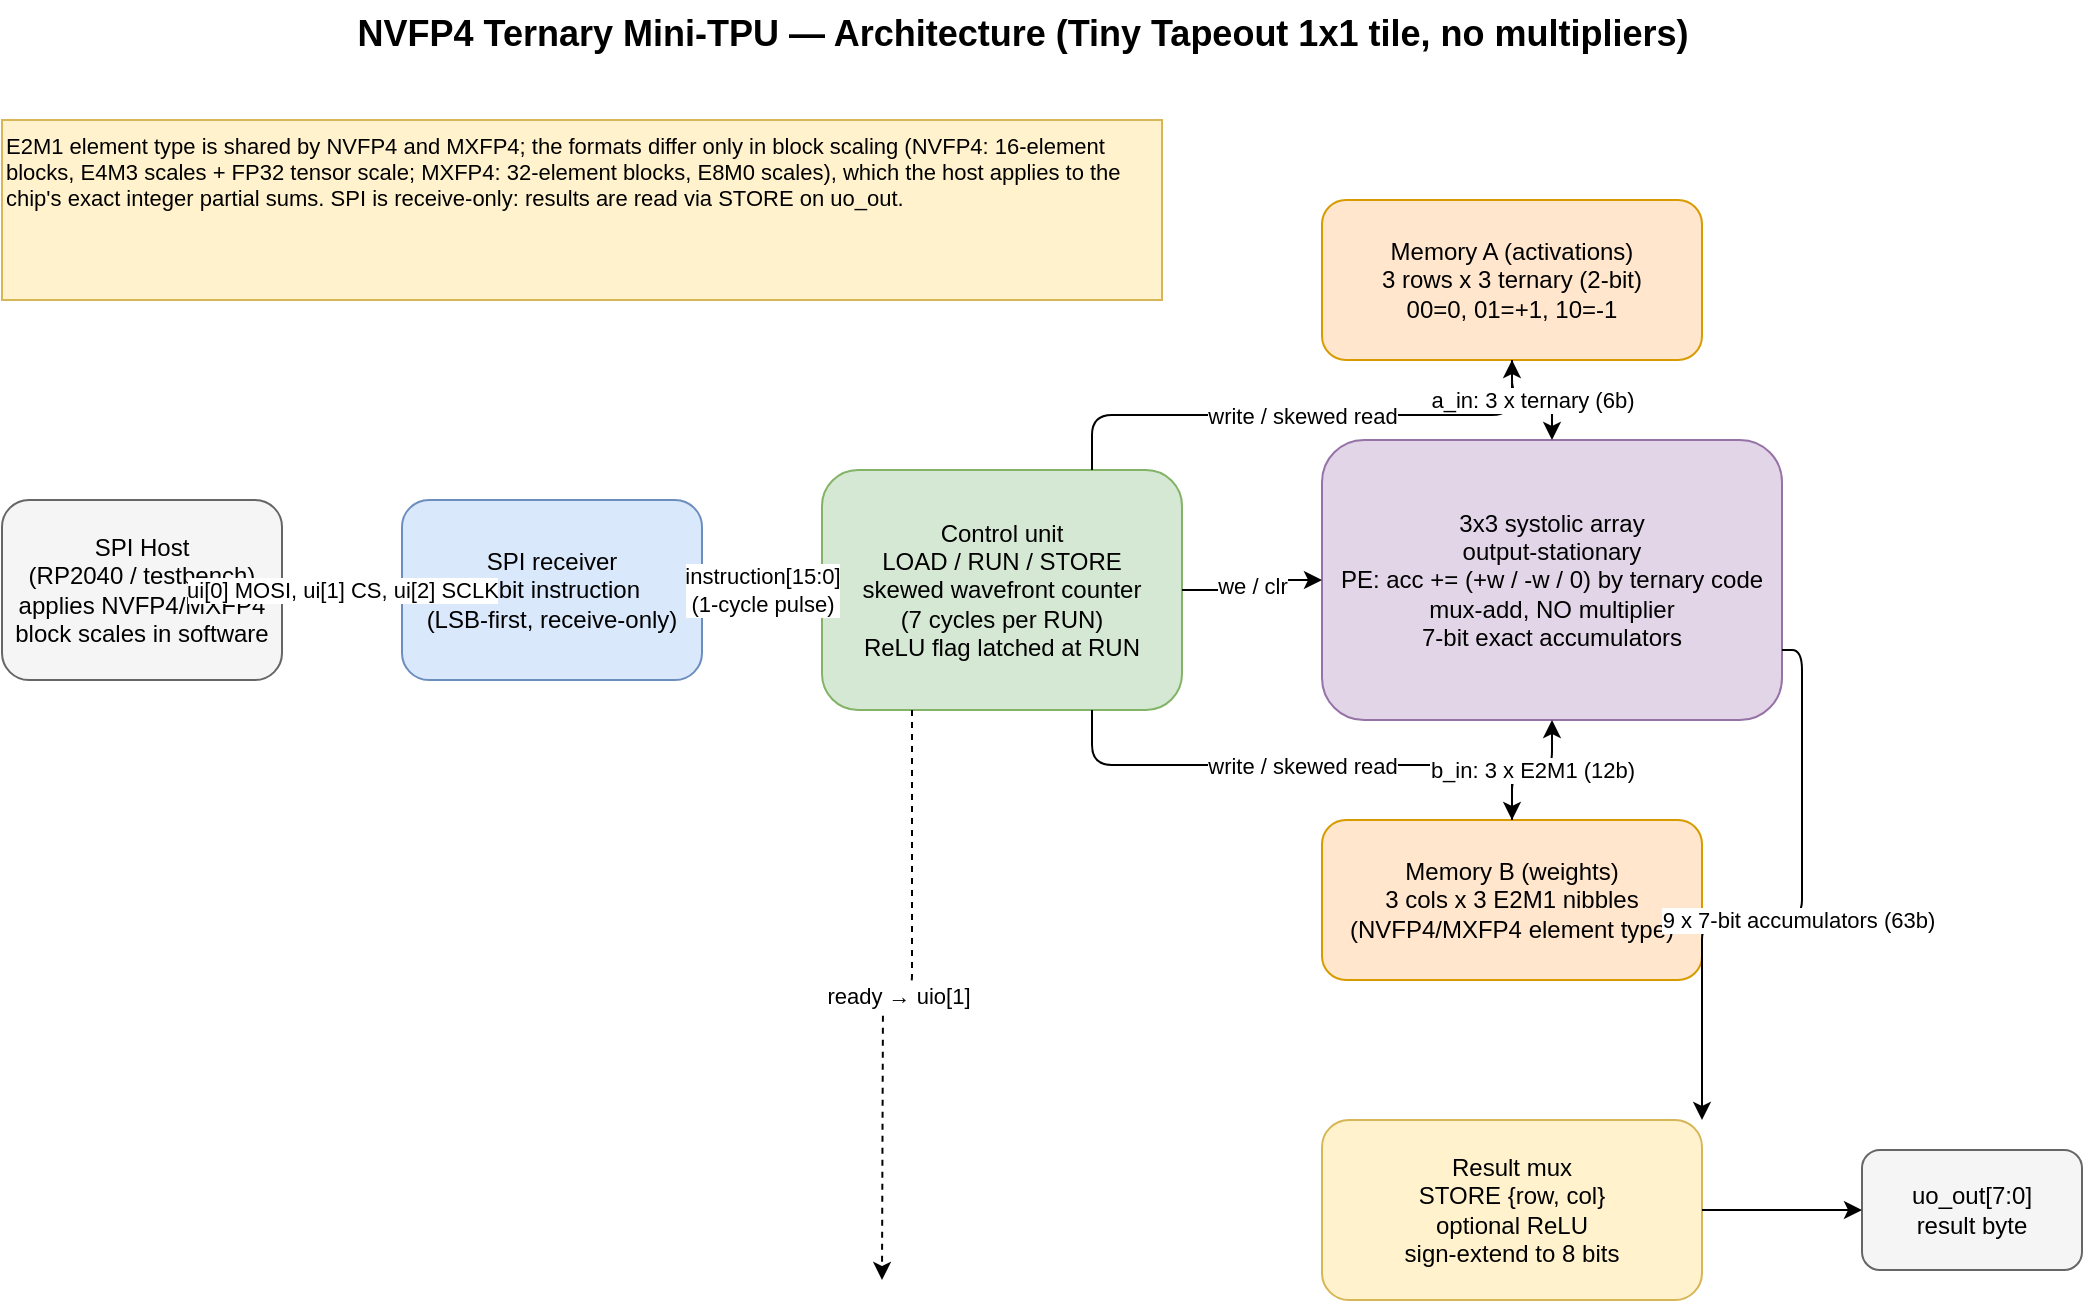
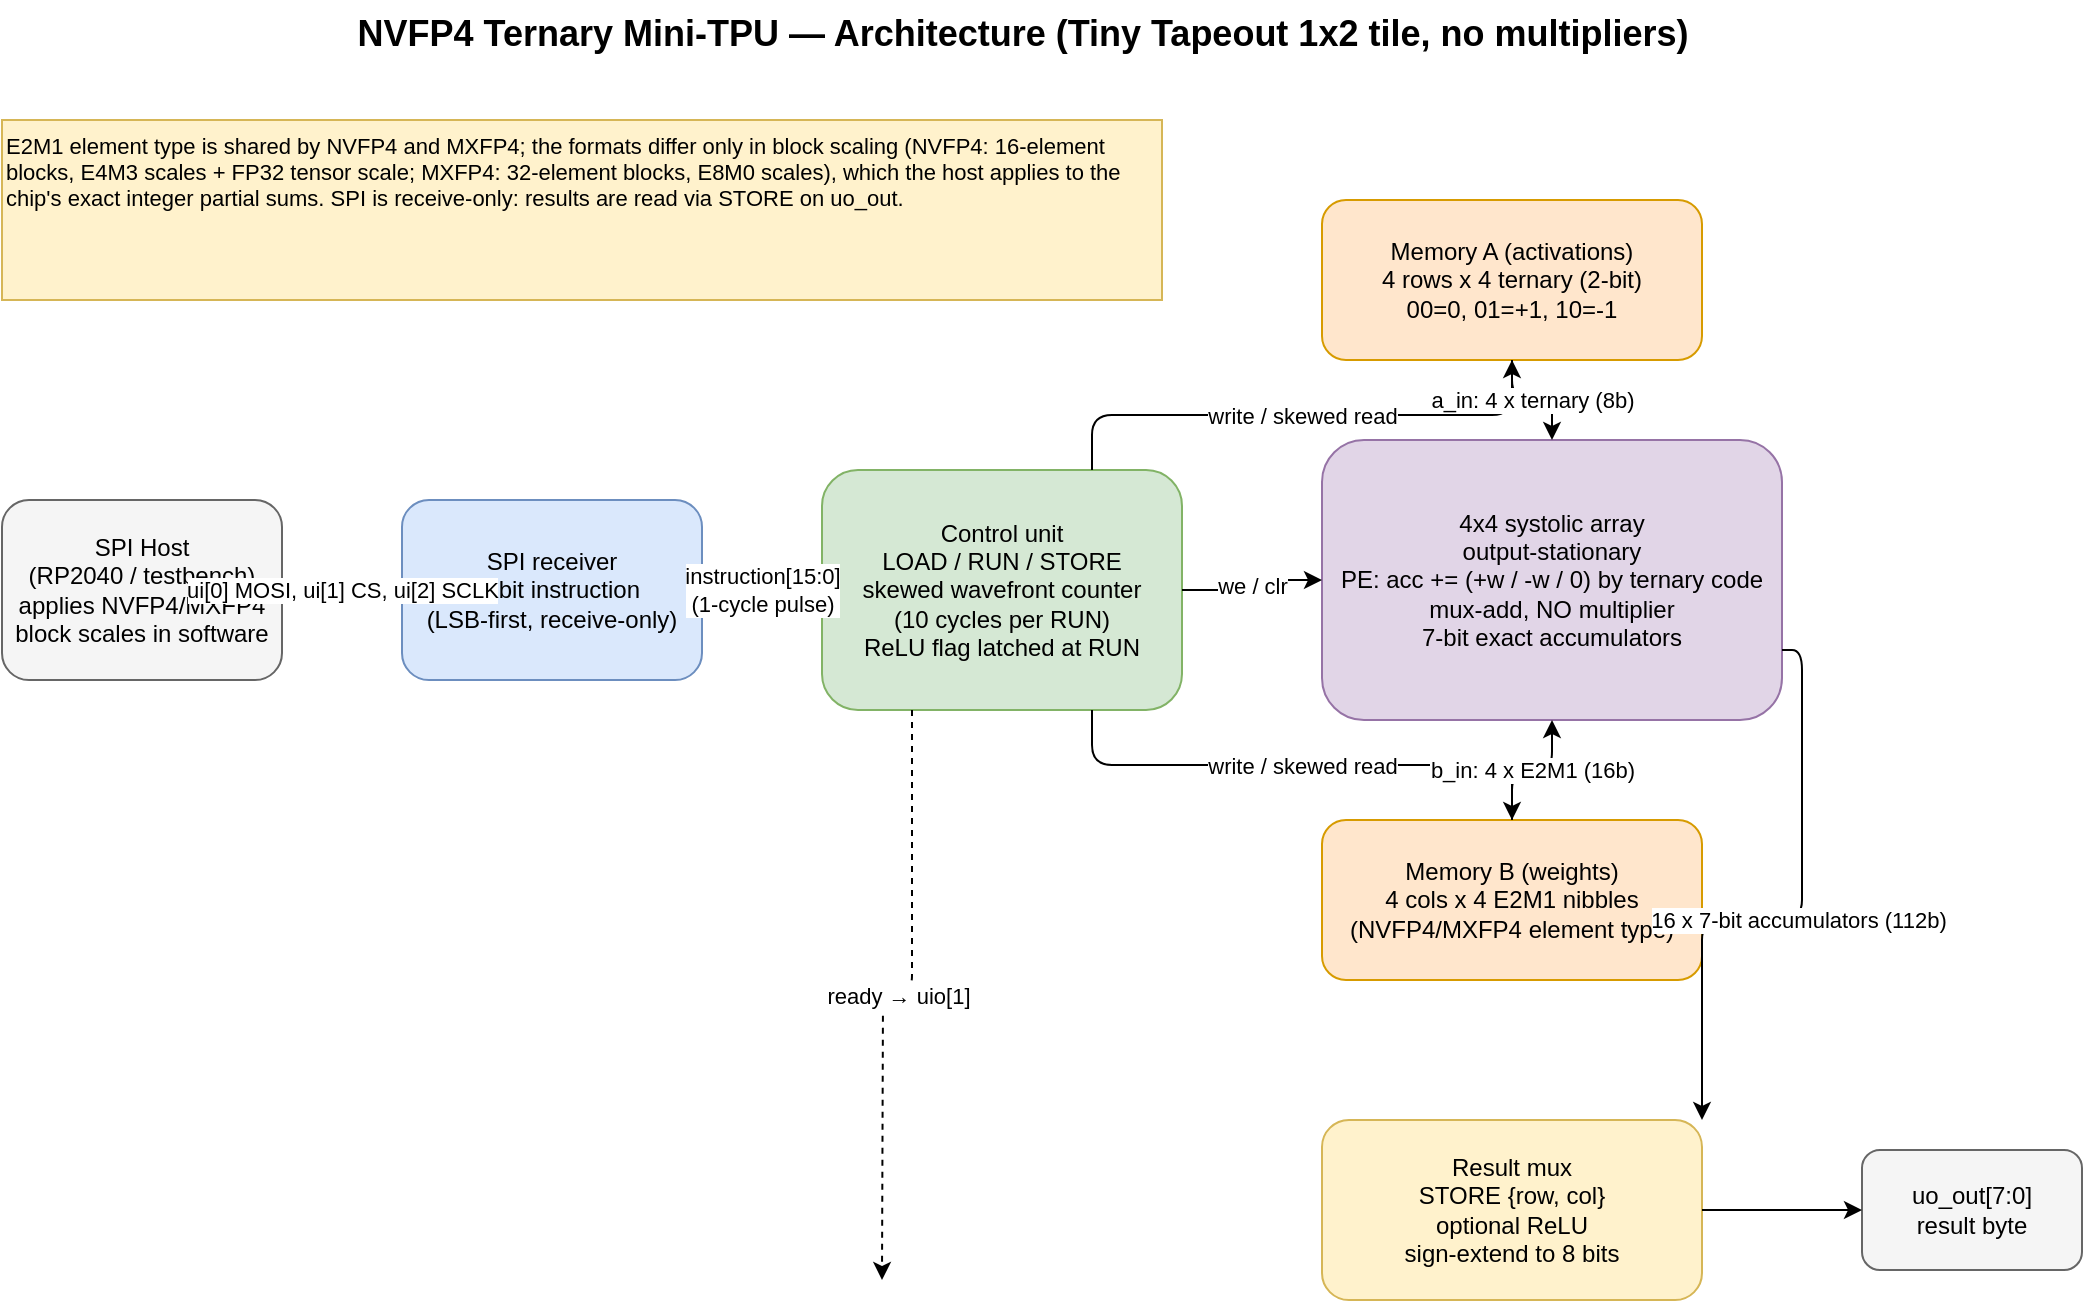
<mxfile host="app.diagrams.net" type="device">
  <diagram id="arch" name="Architecture">
    <mxGraphModel dx="1200" dy="800" grid="1" gridSize="10" guides="1" tooltips="1" connect="1" arrows="1" fold="1" page="1" pageScale="1" pageWidth="1100" pageHeight="700" math="0" shadow="0">
      <root>
        <mxCell id="0" />
        <mxCell id="1" parent="0" />

-         <mxCell id="title" value="NVFP4 Ternary Mini-TPU — Architecture (Tiny Tapeout 1x1 tile, no multipliers)" style="text;html=1;fontSize=18;fontStyle=1;align=center;" vertex="1" parent="1">
+         <mxCell id="title" value="NVFP4 Ternary Mini-TPU — Architecture (Tiny Tapeout 1x2 tile, no multipliers)" style="text;html=1;fontSize=18;fontStyle=1;align=center;" vertex="1" parent="1">
          <mxGeometry x="150" y="20" width="800" height="30" as="geometry" />
        </mxCell>

        <mxCell id="host" value="SPI Host&#10;(RP2040 / testbench)&#10;applies NVFP4/MXFP4&#10;block scales in software" style="rounded=1;whiteSpace=wrap;html=1;fillColor=#f5f5f5;strokeColor=#666666;" vertex="1" parent="1">
          <mxGeometry x="40" y="270" width="140" height="90" as="geometry" />
        </mxCell>

        <mxCell id="spi" value="SPI receiver&#10;16-bit instruction&#10;(LSB-first, receive-only)" style="rounded=1;whiteSpace=wrap;html=1;fillColor=#dae8fc;strokeColor=#6c8ebf;" vertex="1" parent="1">
          <mxGeometry x="240" y="270" width="150" height="90" as="geometry" />
        </mxCell>

-         <mxCell id="ctrl" value="Control unit&#10;LOAD / RUN / STORE&#10;skewed wavefront counter&#10;(7 cycles per RUN)&#10;ReLU flag latched at RUN" style="rounded=1;whiteSpace=wrap;html=1;fillColor=#d5e8d4;strokeColor=#82b366;" vertex="1" parent="1">
+         <mxCell id="ctrl" value="Control unit&#10;LOAD / RUN / STORE&#10;skewed wavefront counter&#10;(10 cycles per RUN)&#10;ReLU flag latched at RUN" style="rounded=1;whiteSpace=wrap;html=1;fillColor=#d5e8d4;strokeColor=#82b366;" vertex="1" parent="1">
          <mxGeometry x="450" y="255" width="180" height="120" as="geometry" />
        </mxCell>

-         <mxCell id="mema" value="Memory A (activations)&#10;3 rows x 3 ternary (2-bit)&#10;00=0, 01=+1, 10=-1" style="rounded=1;whiteSpace=wrap;html=1;fillColor=#ffe6cc;strokeColor=#d79b00;" vertex="1" parent="1">
+         <mxCell id="mema" value="Memory A (activations)&#10;4 rows x 4 ternary (2-bit)&#10;00=0, 01=+1, 10=-1" style="rounded=1;whiteSpace=wrap;html=1;fillColor=#ffe6cc;strokeColor=#d79b00;" vertex="1" parent="1">
          <mxGeometry x="700" y="120" width="190" height="80" as="geometry" />
        </mxCell>

-         <mxCell id="memb" value="Memory B (weights)&#10;3 cols x 3 E2M1 nibbles&#10;(NVFP4/MXFP4 element type)" style="rounded=1;whiteSpace=wrap;html=1;fillColor=#ffe6cc;strokeColor=#d79b00;" vertex="1" parent="1">
+         <mxCell id="memb" value="Memory B (weights)&#10;4 cols x 4 E2M1 nibbles&#10;(NVFP4/MXFP4 element type)" style="rounded=1;whiteSpace=wrap;html=1;fillColor=#ffe6cc;strokeColor=#d79b00;" vertex="1" parent="1">
          <mxGeometry x="700" y="430" width="190" height="80" as="geometry" />
        </mxCell>

-         <mxCell id="array" value="3x3 systolic array&#10;output-stationary&#10;PE: acc += (+w / -w / 0) by ternary code&#10;mux-add, NO multiplier&#10;7-bit exact accumulators" style="rounded=1;whiteSpace=wrap;html=1;fillColor=#e1d5e7;strokeColor=#9673a6;" vertex="1" parent="1">
+         <mxCell id="array" value="4x4 systolic array&#10;output-stationary&#10;PE: acc += (+w / -w / 0) by ternary code&#10;mux-add, NO multiplier&#10;7-bit exact accumulators" style="rounded=1;whiteSpace=wrap;html=1;fillColor=#e1d5e7;strokeColor=#9673a6;" vertex="1" parent="1">
          <mxGeometry x="700" y="240" width="230" height="140" as="geometry" />
        </mxCell>

        <mxCell id="mux" value="Result mux&#10;STORE {row, col}&#10;optional ReLU&#10;sign-extend to 8 bits" style="rounded=1;whiteSpace=wrap;html=1;fillColor=#fff2cc;strokeColor=#d6b656;" vertex="1" parent="1">
          <mxGeometry x="700" y="580" width="190" height="90" as="geometry" />
        </mxCell>

        <mxCell id="uo" value="uo_out[7:0]&#10;result byte" style="rounded=1;whiteSpace=wrap;html=1;fillColor=#f5f5f5;strokeColor=#666666;" vertex="1" parent="1">
          <mxGeometry x="970" y="595" width="110" height="60" as="geometry" />
        </mxCell>

        <mxCell id="e1" value="ui[0] MOSI, ui[1] CS, ui[2] SCLK" style="edgeStyle=orthogonalEdgeStyle;rounded=1;html=1;" edge="1" parent="1" source="host" target="spi">
          <mxGeometry relative="1" as="geometry" />
        </mxCell>
        <mxCell id="e2" value="instruction[15:0]&#10;(1-cycle pulse)" style="edgeStyle=orthogonalEdgeStyle;rounded=1;html=1;" edge="1" parent="1" source="spi" target="ctrl">
          <mxGeometry relative="1" as="geometry" />
        </mxCell>
        <mxCell id="e3" value="write / skewed read" style="edgeStyle=orthogonalEdgeStyle;rounded=1;html=1;exitX=0.75;exitY=0;" edge="1" parent="1" source="ctrl" target="mema">
          <mxGeometry relative="1" as="geometry" />
        </mxCell>
        <mxCell id="e4" value="write / skewed read" style="edgeStyle=orthogonalEdgeStyle;rounded=1;html=1;exitX=0.75;exitY=1;" edge="1" parent="1" source="ctrl" target="memb">
          <mxGeometry relative="1" as="geometry" />
        </mxCell>
-         <mxCell id="e5" value="a_in: 3 x ternary (6b)" style="edgeStyle=orthogonalEdgeStyle;rounded=1;html=1;exitX=0.5;exitY=1;entryX=0.5;entryY=0;" edge="1" parent="1" source="mema" target="array">
+         <mxCell id="e5" value="a_in: 4 x ternary (8b)" style="edgeStyle=orthogonalEdgeStyle;rounded=1;html=1;exitX=0.5;exitY=1;entryX=0.5;entryY=0;" edge="1" parent="1" source="mema" target="array">
          <mxGeometry relative="1" as="geometry" />
        </mxCell>
-         <mxCell id="e6" value="b_in: 3 x E2M1 (12b)" style="edgeStyle=orthogonalEdgeStyle;rounded=1;html=1;exitX=0.5;exitY=0;entryX=0.5;entryY=1;" edge="1" parent="1" source="memb" target="array">
+         <mxCell id="e6" value="b_in: 4 x E2M1 (16b)" style="edgeStyle=orthogonalEdgeStyle;rounded=1;html=1;exitX=0.5;exitY=0;entryX=0.5;entryY=1;" edge="1" parent="1" source="memb" target="array">
          <mxGeometry relative="1" as="geometry" />
        </mxCell>
        <mxCell id="e7" value="we / clr" style="edgeStyle=orthogonalEdgeStyle;rounded=1;html=1;" edge="1" parent="1" source="ctrl" target="array">
          <mxGeometry relative="1" as="geometry" />
        </mxCell>
-         <mxCell id="e8" value="9 x 7-bit accumulators (63b)" style="edgeStyle=orthogonalEdgeStyle;rounded=1;html=1;exitX=1;exitY=0.75;entryX=1;entryY=0;" edge="1" parent="1" source="array" target="mux">
+         <mxCell id="e8" value="16 x 7-bit accumulators (112b)" style="edgeStyle=orthogonalEdgeStyle;rounded=1;html=1;exitX=1;exitY=0.75;entryX=1;entryY=0;" edge="1" parent="1" source="array" target="mux">
          <mxGeometry relative="1" as="geometry" />
        </mxCell>
        <mxCell id="e9" value="" style="edgeStyle=orthogonalEdgeStyle;rounded=1;html=1;" edge="1" parent="1" source="mux" target="uo">
          <mxGeometry relative="1" as="geometry" />
        </mxCell>
        <mxCell id="e11" value="ready → uio[1]" style="edgeStyle=orthogonalEdgeStyle;rounded=1;html=1;exitX=0.25;exitY=1;dashed=1;" edge="1" parent="1" source="ctrl">
          <mxGeometry relative="1" as="geometry">
            <mxPoint x="480" y="660" as="targetPoint" />
          </mxGeometry>
        </mxCell>

        <mxCell id="note" value="E2M1 element type is shared by NVFP4 and MXFP4; the formats differ only in block scaling (NVFP4: 16-element blocks, E4M3 scales + FP32 tensor scale; MXFP4: 32-element blocks, E8M0 scales), which the host applies to the chip's exact integer partial sums. SPI is receive-only: results are read via STORE on uo_out." style="text;html=1;whiteSpace=wrap;fontSize=11;fillColor=#fff2cc;strokeColor=#d6b656;" vertex="1" parent="1">
          <mxGeometry x="40" y="80" width="580" height="90" as="geometry" />
        </mxCell>
      </root>
    </mxGraphModel>
  </diagram>
</mxfile>
